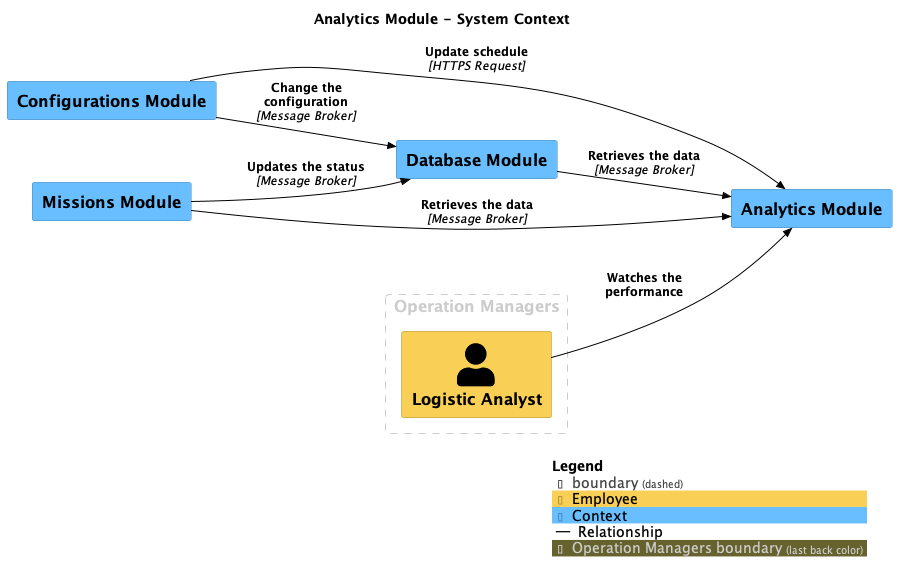
Before: main/png/SystemContext-004.png, a diagram exported from PlantUML (SLC-wms/DSL-Architecture). Source of this version:
```plantuml
@startuml
set separator none
title Analytics Module - System Context

left to right direction

!include <C4/C4>
!include <C4/C4_Context>

AddElementTag("Employee", $bgColor="#f9d055", $borderColor="#ae913b", $fontColor="#000000", $sprite="", $shadowing="")
AddElementTag("Context", $bgColor="#69beff", $borderColor="#4985b2", $fontColor="#000000", $sprite="", $shadowing="")

AddRelTag("Relationship", $textColor="#000000", $lineColor="#000000", $lineStyle = "")

AddBoundaryTag("Operation Managers", $borderColor="#cccccc", $fontColor="#cccccc")
Boundary(group_1, "Operation Managers", $tags="Operation Managers") {
  Person(LogisticAnalyst, "Logistic Analyst", $descr="", $tags="Employee", $link="")
}

System(AnalyticsModule, "Analytics Module", $descr="", $tags="Context", $link="")
System(ConfigurationsModule, "Configurations Module", $descr="", $tags="Context", $link="")
System(DatabaseModule, "Database Module", $descr="", $tags="Context", $link="")
System(MissionsModule, "Missions Module", $descr="", $tags="Context", $link="")

Rel_D(ConfigurationsModule, DatabaseModule, "Change the configuration", $techn="Message Broker", $tags="Relationship", $link="")
Rel_D(ConfigurationsModule, AnalyticsModule, "Update schedule", $techn="HTTPS Request", $tags="Relationship", $link="")
Rel_D(MissionsModule, DatabaseModule, "Updates the status", $techn="Message Broker", $tags="Relationship", $link="")
Rel_D(LogisticAnalyst, AnalyticsModule, "Watches the performance", $techn="", $tags="Relationship", $link="")
Rel_D(DatabaseModule, AnalyticsModule, "Retrieves the data", $techn="Message Broker", $tags="Relationship", $link="")
Rel_D(MissionsModule, AnalyticsModule, "Retrieves the data", $techn="Message Broker", $tags="Relationship", $link="")

SHOW_LEGEND(true)
@enduml
```
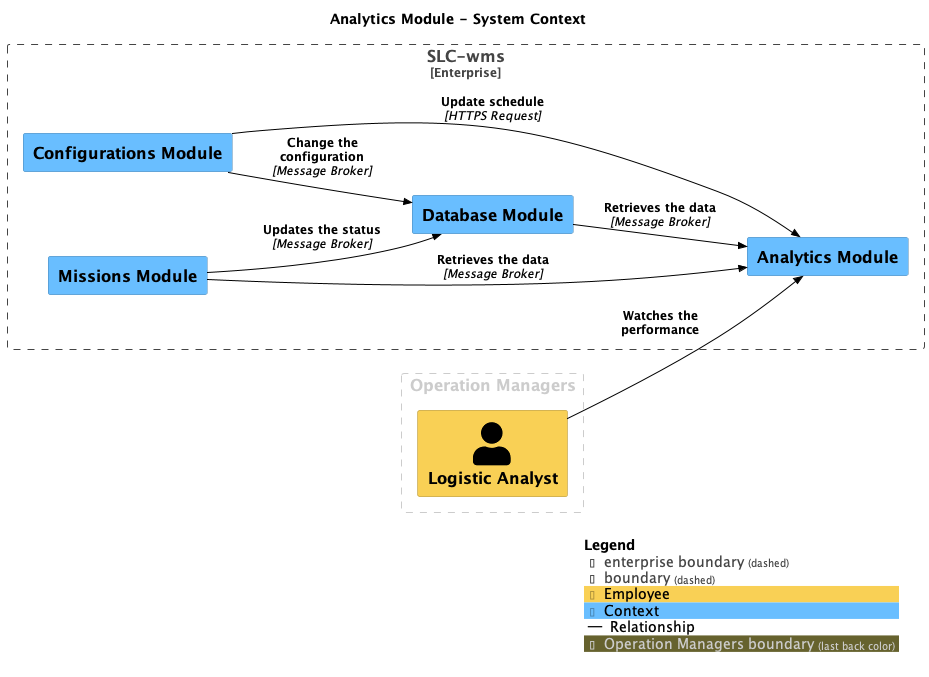
Above is the later version.

What changed in the source:
```diff
@@ -12,15 +12,18 @@
 
 AddRelTag("Relationship", $textColor="#000000", $lineColor="#000000", $lineStyle = "")
 
+Enterprise_Boundary(enterprise, "SLC-wms") {
+  System(AnalyticsModule, "Analytics Module", $descr="", $tags="Context", $link="")
+  System(ConfigurationsModule, "Configurations Module", $descr="", $tags="Context", $link="")
+  System(DatabaseModule, "Database Module", $descr="", $tags="Context", $link="")
+  System(MissionsModule, "Missions Module", $descr="", $tags="Context", $link="")
+}
+
 AddBoundaryTag("Operation Managers", $borderColor="#cccccc", $fontColor="#cccccc")
 Boundary(group_1, "Operation Managers", $tags="Operation Managers") {
-  Person(LogisticAnalyst, "Logistic Analyst", $descr="", $tags="Employee", $link="")
+  Person_Ext(LogisticAnalyst, "Logistic Analyst", $descr="", $tags="Employee", $link="")
 }
 
-System(AnalyticsModule, "Analytics Module", $descr="", $tags="Context", $link="")
-System(ConfigurationsModule, "Configurations Module", $descr="", $tags="Context", $link="")
-System(DatabaseModule, "Database Module", $descr="", $tags="Context", $link="")
-System(MissionsModule, "Missions Module", $descr="", $tags="Context", $link="")
 
 Rel_D(ConfigurationsModule, DatabaseModule, "Change the configuration", $techn="Message Broker", $tags="Relationship", $link="")
 Rel_D(ConfigurationsModule, AnalyticsModule, "Update schedule", $techn="HTTPS Request", $tags="Relationship", $link="")
```
